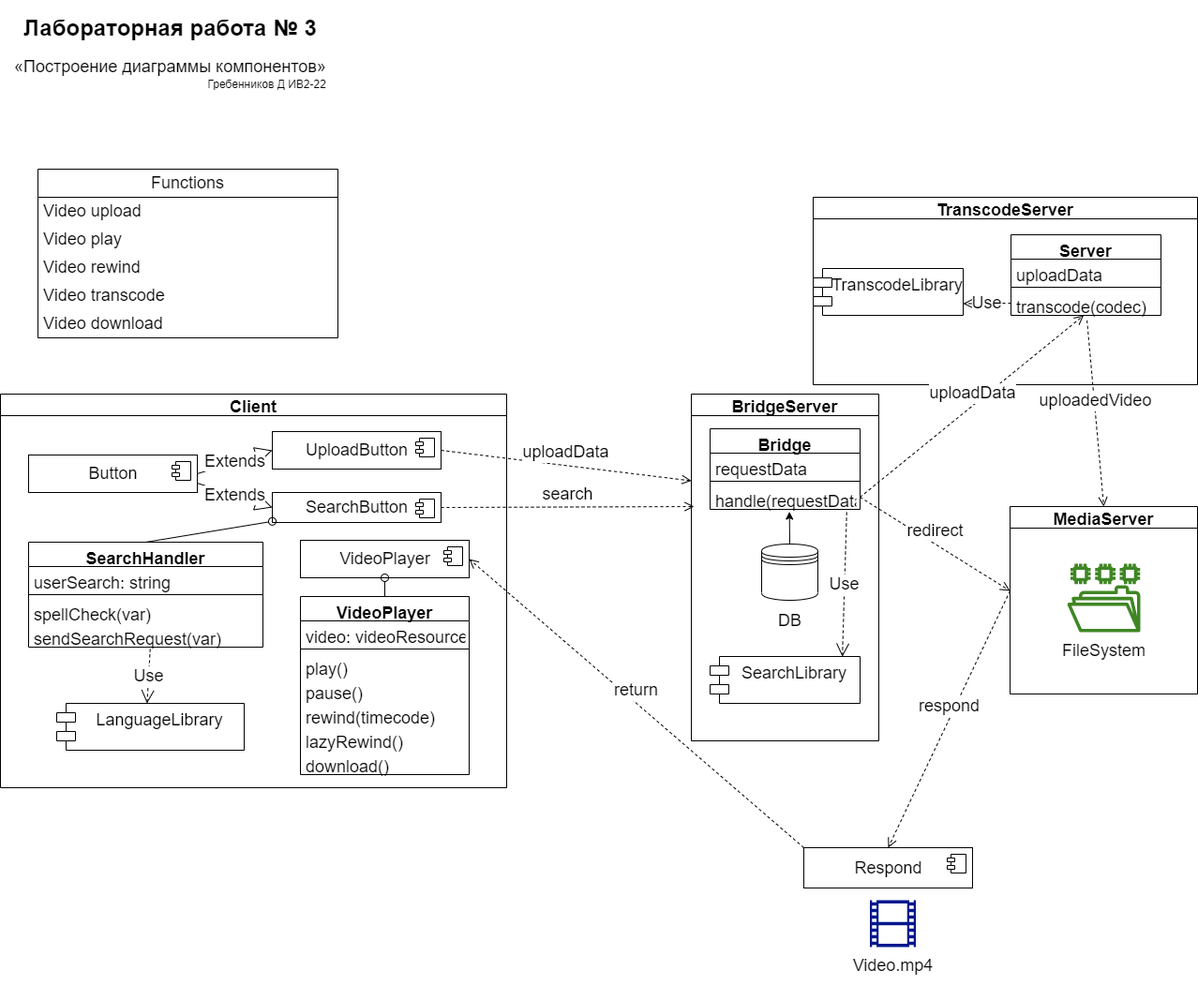
Above: lab-3/lab-3.drawio.png in velzevelt/rtk (draw.io), before the change. Source tidied: cells renumbered, new cells last; positions are measured from the earlier drawing's top-left corner, leaving out a move shared by most shapes.
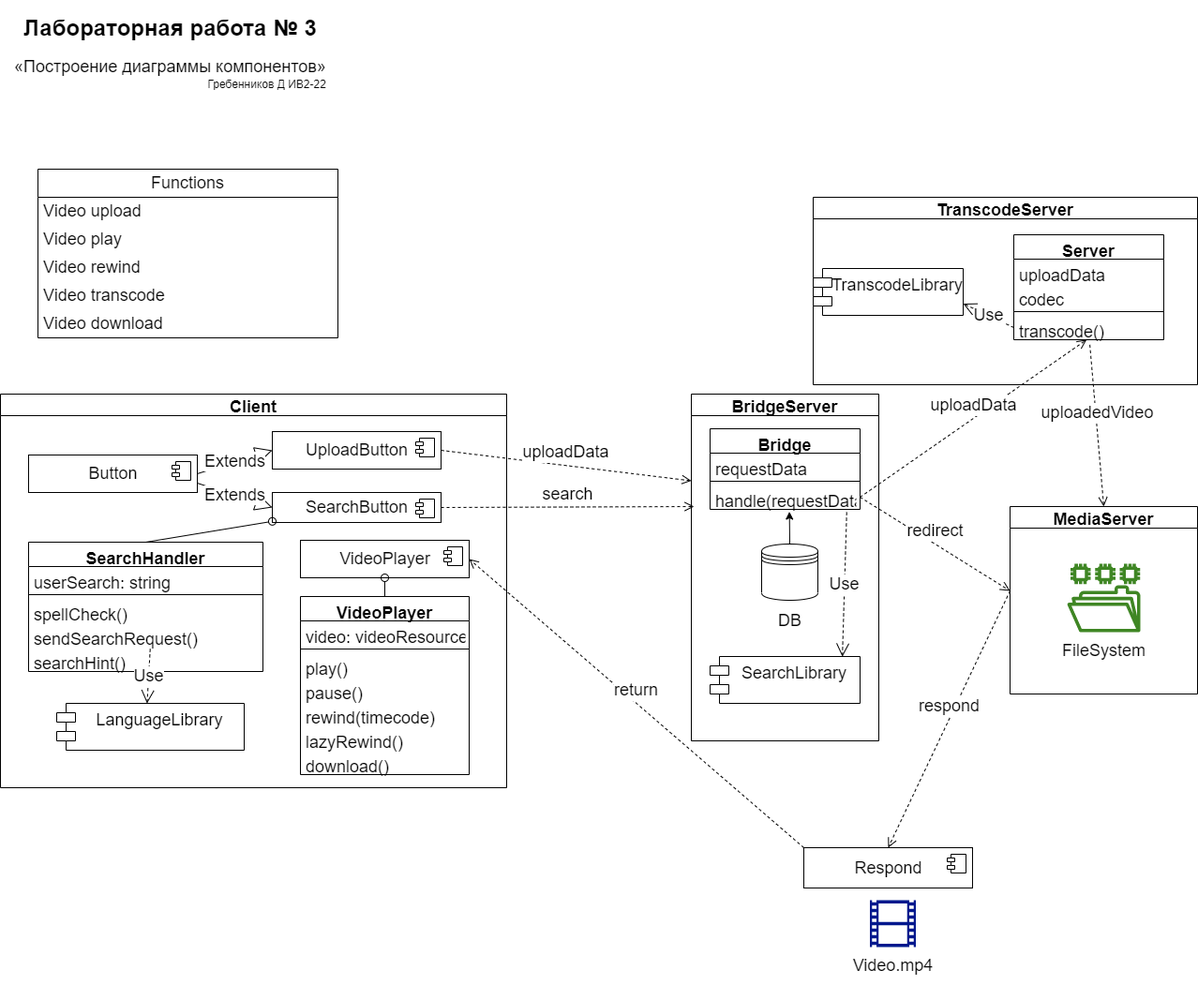
After the commit.

What changed in the source:
```diff
@@ -35,7 +35,7 @@
       </mxGeometry>
     </mxCell>
     <mxCell id="12" value="SearchHandler" style="swimlane;fontStyle=1;align=center;verticalAlign=top;horizontal=1;startSize=26;fontSize=18;" parent="9" vertex="1">
-      <mxGeometry x="30" y="158" width="250" height="112" as="geometry" />
+      <mxGeometry x="30" y="158" width="250" height="138" as="geometry" />
     </mxCell>
     <mxCell id="13" value="userSearch: string" style="text;strokeColor=none;fillColor=none;align=left;verticalAlign=top;spacingLeft=4;spacingRight=4;overflow=hidden;fontSize=18;" parent="12" vertex="1">
       <mxGeometry y="26" width="250" height="26" as="geometry" />
@@ -43,12 +43,15 @@
     <mxCell id="14" style="line;strokeWidth=1;fillColor=none;align=left;verticalAlign=middle;spacingTop=-1;spacingLeft=3;spacingRight=3;labelPosition=right;strokeColor=inherit;fontSize=18;" parent="12" vertex="1">
       <mxGeometry y="52" width="250" height="8" as="geometry" />
     </mxCell>
-    <mxCell id="15" value="spellCheck(var)" style="text;strokeColor=none;fillColor=none;align=left;verticalAlign=top;spacingLeft=4;spacingRight=4;overflow=hidden;fontSize=18;" parent="12" vertex="1">
+    <mxCell id="15" value="spellCheck()" style="text;strokeColor=none;fillColor=none;align=left;verticalAlign=top;spacingLeft=4;spacingRight=4;overflow=hidden;fontSize=18;" parent="12" vertex="1">
       <mxGeometry y="60" width="250" height="26" as="geometry" />
     </mxCell>
-    <mxCell id="16" value="sendSearchRequest(var)" style="text;strokeColor=none;fillColor=none;align=left;verticalAlign=top;spacingLeft=4;spacingRight=4;overflow=hidden;points=[[0,0.5],[1,0.5]];portConstraint=eastwest;fontSize=18;" parent="12" vertex="1">
+    <mxCell id="16" value="sendSearchRequest()" style="text;strokeColor=none;fillColor=none;align=left;verticalAlign=top;spacingLeft=4;spacingRight=4;overflow=hidden;points=[[0,0.5],[1,0.5]];portConstraint=eastwest;fontSize=18;" parent="12" vertex="1">
       <mxGeometry y="86" width="250" height="26" as="geometry" />
     </mxCell>
+    <mxCell id="72" value="searchHint()" style="text;strokeColor=none;fillColor=none;align=left;verticalAlign=top;spacingLeft=4;spacingRight=4;overflow=hidden;fontSize=18;" parent="12" vertex="1">
+      <mxGeometry y="112" width="250" height="26" as="geometry" />
+    </mxCell>
     <mxCell id="17" value="UploadButton" style="html=1;fontSize=18;" parent="9" vertex="1">
       <mxGeometry x="290" y="40" width="180" height="40" as="geometry" />
     </mxCell>
@@ -136,16 +139,19 @@
       <mxGeometry x="867" y="200" width="410" height="200" as="geometry" />
     </mxCell>
     <mxCell id="43" value="Server" style="swimlane;fontStyle=1;align=center;verticalAlign=top;horizontal=1;startSize=26;fontSize=18;" parent="42" vertex="1">
-      <mxGeometry x="211" y="40" width="160" height="86" as="geometry" />
+      <mxGeometry x="214" y="40" width="160" height="112" as="geometry" />
     </mxCell>
     <mxCell id="44" value="uploadData" style="text;strokeColor=none;fillColor=none;align=left;verticalAlign=top;spacingLeft=4;spacingRight=4;overflow=hidden;fontSize=18;" parent="43" vertex="1">
       <mxGeometry y="26" width="160" height="26" as="geometry" />
     </mxCell>
+    <mxCell id="73" value="codec" style="text;strokeColor=none;fillColor=none;align=left;verticalAlign=top;spacingLeft=4;spacingRight=4;overflow=hidden;fontSize=18;" parent="43" vertex="1">
+      <mxGeometry y="52" width="160" height="26" as="geometry" />
+    </mxCell>
     <mxCell id="45" style="line;strokeWidth=1;fillColor=none;align=left;verticalAlign=middle;spacingTop=-1;spacingLeft=3;spacingRight=3;labelPosition=right;strokeColor=inherit;fontSize=18;" parent="43" vertex="1">
-      <mxGeometry y="52" width="160" height="8" as="geometry" />
+      <mxGeometry y="78" width="160" height="8" as="geometry" />
     </mxCell>
-    <mxCell id="46" value="transcode(codec)" style="text;strokeColor=none;fillColor=none;align=left;verticalAlign=top;spacingLeft=4;spacingRight=4;overflow=hidden;points=[[0,0.5],[1,0.5]];portConstraint=eastwest;fontSize=18;" parent="43" vertex="1">
-      <mxGeometry y="60" width="160" height="26" as="geometry" />
+    <mxCell id="46" value="transcode()" style="text;strokeColor=none;fillColor=none;align=left;verticalAlign=top;spacingLeft=4;spacingRight=4;overflow=hidden;points=[[0,0.5],[1,0.5]];portConstraint=eastwest;fontSize=18;" parent="43" vertex="1">
+      <mxGeometry y="86" width="160" height="26" as="geometry" />
     </mxCell>
     <mxCell id="47" value="TranscodeLibrary" style="shape=module;align=left;spacingLeft=20;align=center;verticalAlign=top;fontSize=18;" parent="42" vertex="1">
       <mxGeometry y="76" width="160" height="50" as="geometry" />
```
